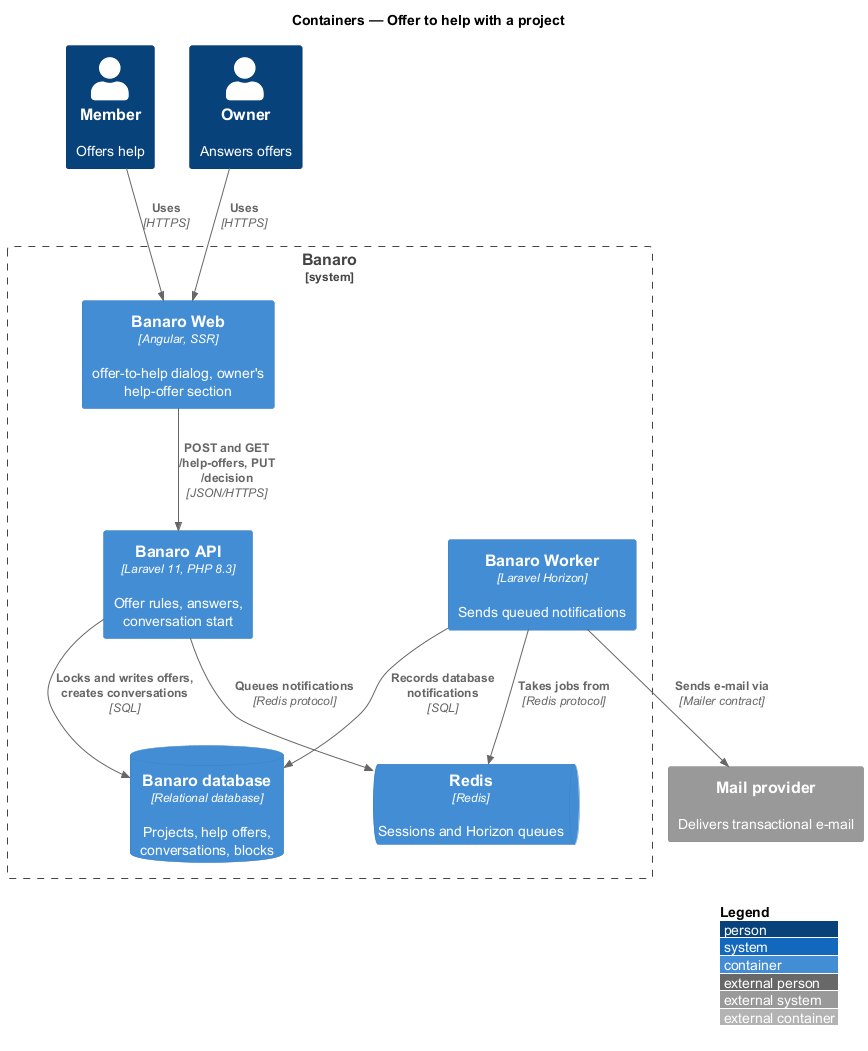
QuinntyneBrown/banaro keeps this PlantUML diagram as docs/detailed-designs/projects/offer-to-help/diagrams/c4-container.png. Above is the earlier version.
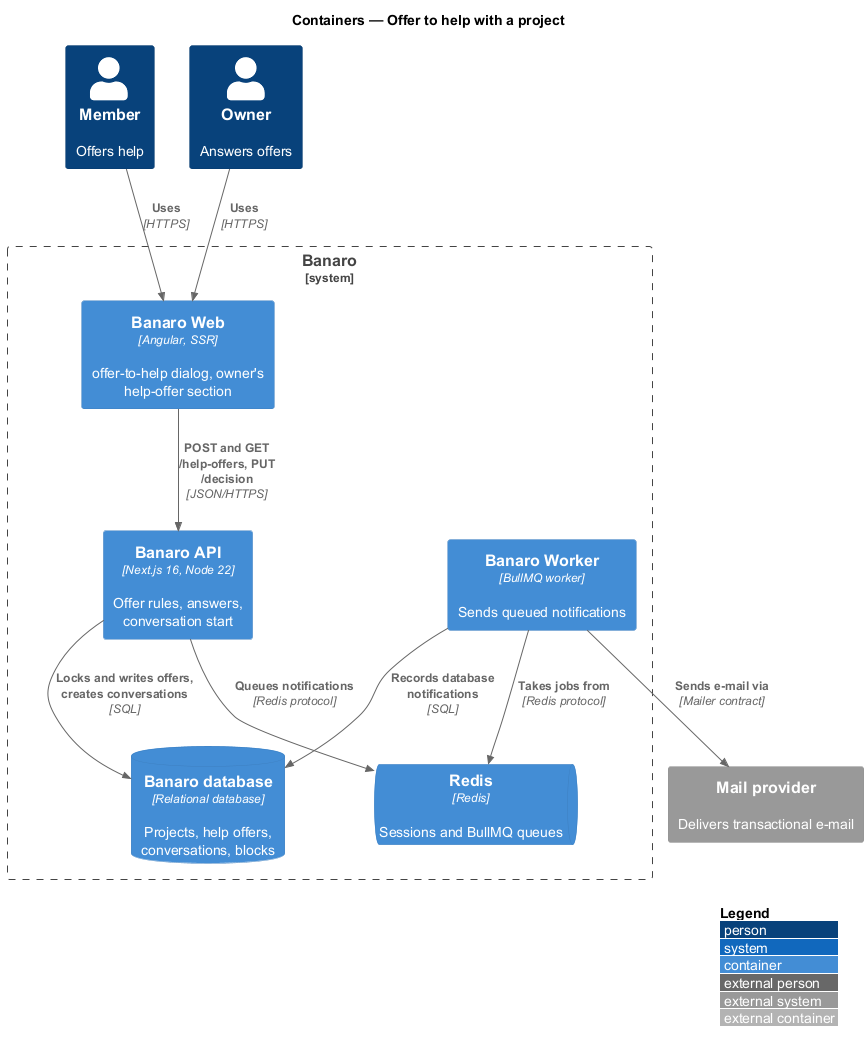
Later version of the same file.

Diff of the diagram source:
```diff
@@ -9,10 +9,10 @@
 
 System_Boundary(banaro, "Banaro") {
   Container(web, "Banaro Web", "Angular, SSR", "offer-to-help dialog, owner's help-offer section")
-  Container(api, "Banaro API", "Laravel 11, PHP 8.3", "Offer rules, answers, conversation start")
-  Container(worker, "Banaro Worker", "Laravel Horizon", "Sends queued notifications")
+  Container(api, "Banaro API", "Next.js 16, Node 22", "Offer rules, answers, conversation start")
+  Container(worker, "Banaro Worker", "BullMQ worker", "Sends queued notifications")
   ContainerDb(db, "Banaro database", "Relational database", "Projects, help offers, conversations, blocks")
-  ContainerQueue(redis, "Redis", "Redis", "Sessions and Horizon queues")
+  ContainerQueue(redis, "Redis", "Redis", "Sessions and BullMQ queues")
 }
 
 Rel(member, web, "Uses", "HTTPS")
```
